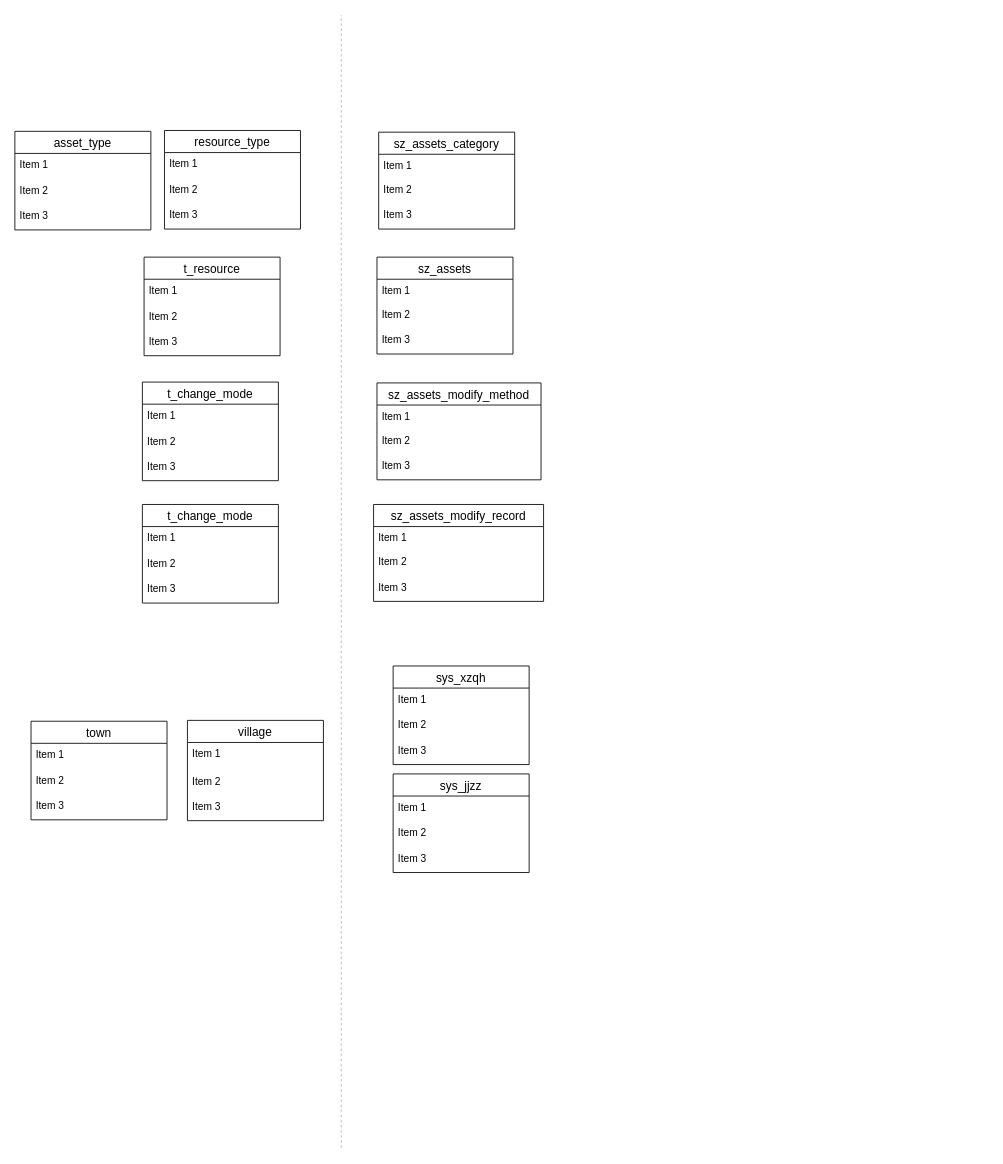
k525056857/mfr keeps this draw.io diagram as page "第 15 页" (15 of 15) of znxd业务.drawio. Above is the earlier version. Source tidied: cells renumbered, new cells numbered last; positions are measured from the earlier drawing's top-left corner, leaving out a move shared by most shapes. Both pictures are drawn from the tidied source at 85%, with x=0, y=0 at pixel (14, 14).
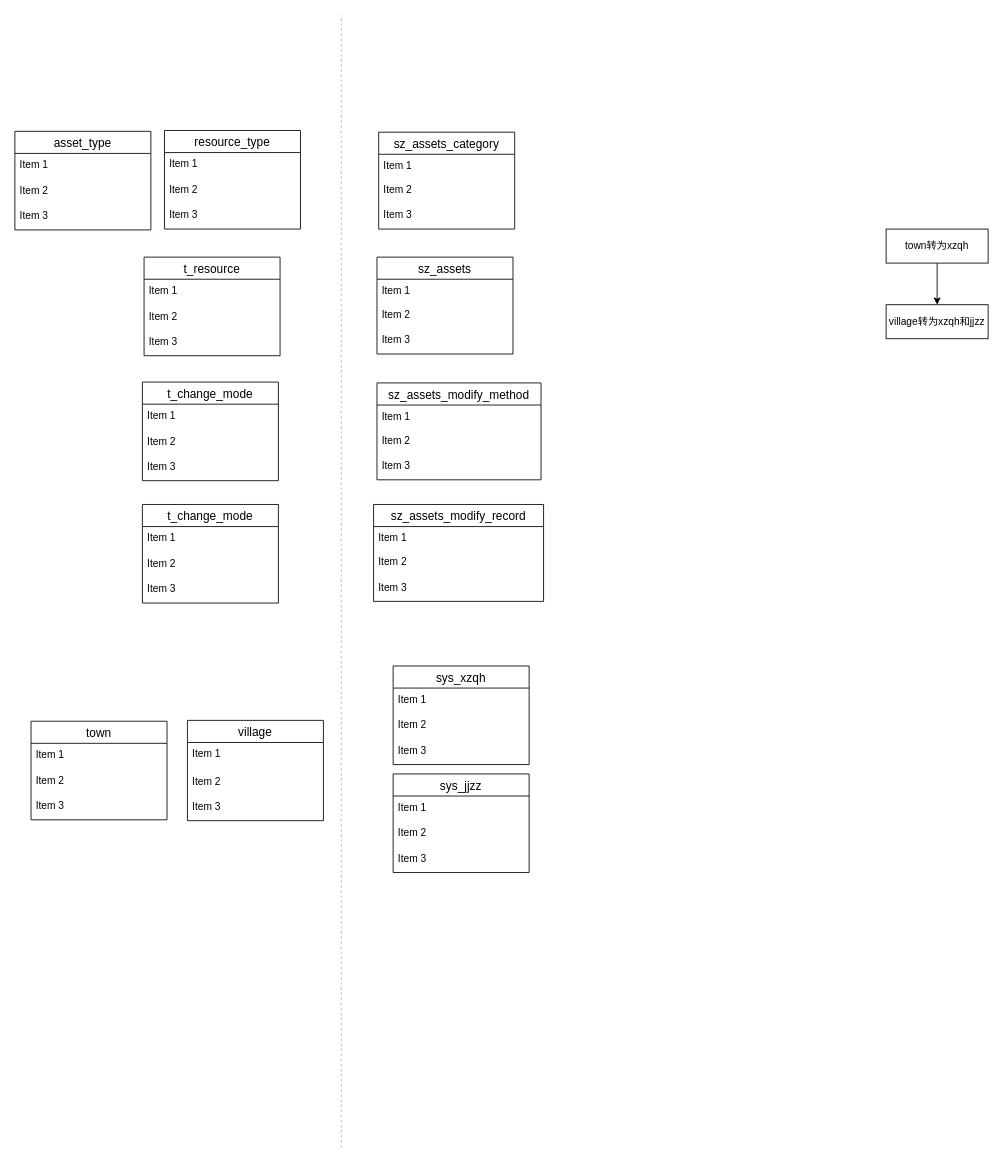
After the change.

What changed in the source:
```diff
@@
+    <mxCell id="55" style="edgeStyle=orthogonalEdgeStyle;rounded=0;jettySize=auto;html=1;" parent="1" edge="1" source="56" target="57">
+      <mxGeometry relative="1" as="geometry" />
+    </mxCell>
+    <mxCell id="56" value="town转为xzqh" style="rounded=0;whiteSpace=wrap;html=1;" parent="1" vertex="1">
+      <mxGeometry x="1025" y="252" width="120" height="40" as="geometry" />
+    </mxCell>
+    <mxCell id="57" value="village转为xzqh和jjzz" style="rounded=0;whiteSpace=wrap;html=1;" parent="1" vertex="1">
+      <mxGeometry x="1025" y="341" width="120" height="40" as="geometry" />
+    </mxCell>
```
